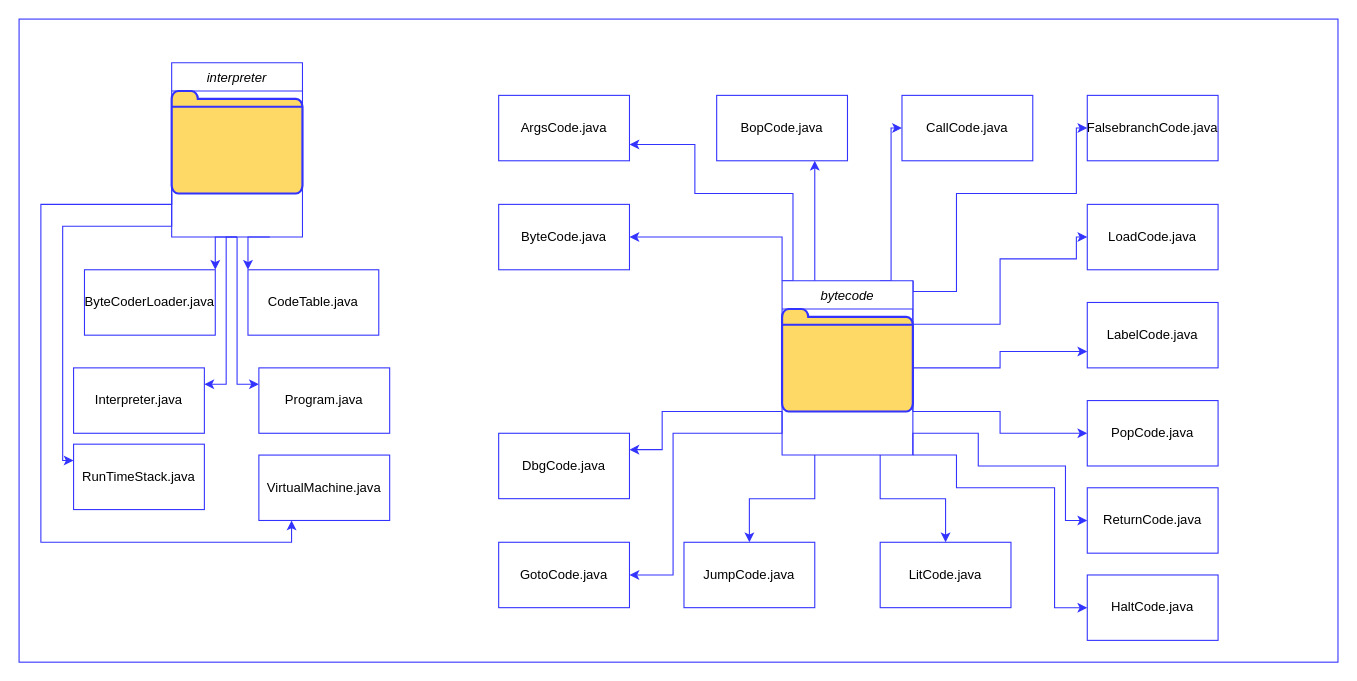
Earlier version of the draw.io diagram A4.drawio (Shanil12/CLASS-DIAGRAMS). Source tidied: cells renumbered, new cells numbered last; positions are measured from the earlier drawing's top-left corner, leaving out a move shared by most shapes. Both pictures are drawn from the tidied source at 109%, with x=0, y=0 at pixel (19, 19).
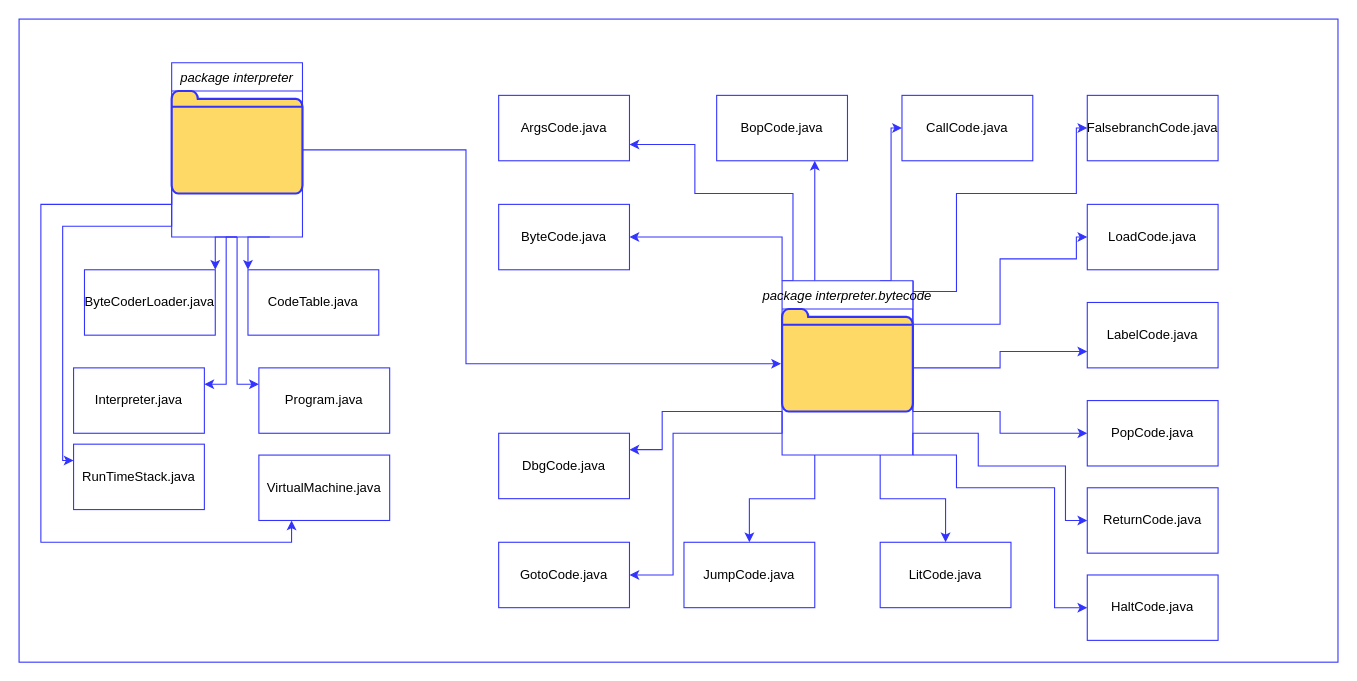
The same diagram, later.

Unchanged cells that the change refers to:
```xml
<mxCell id="32" style="html=1;verticalLabelPosition=bottom;align=center;labelBackgroundColor=#ffffff;verticalAlign=top;strokeWidth=2;strokeColor=#3333FF;shadow=0;dashed=0;shape=mxgraph.ios7.icons.folder;fillColor=#FFD966;" parent="31" vertex="1">
  <mxGeometry y="26" width="120" height="94" as="geometry" />
</mxCell>
```

What changed in the source:
```diff
@@
+    <mxCell id="47" style="edgeStyle=orthogonalEdgeStyle;rounded=0;jettySize=auto;html=1;exitX=1;exitY=0.25;exitDx=0;exitDy=0;entryX=-0.008;entryY=0.534;entryDx=0;entryDy=0;entryPerimeter=0;strokeColor=#3333FF;" parent="1" edge="1" source="9" target="32">
+      <mxGeometry relative="1" as="geometry">
+        <Array as="points">
+          <mxPoint x="260" y="120" />
+          <mxPoint x="410" y="120" />
+          <mxPoint x="410" y="316" />
+        </Array>
+      </mxGeometry>
+    </mxCell>
-    <mxCell id="9" value="interpreter" style="swimlane;fontStyle=2;align=center;verticalAlign=top;horizontal=1;startSize=26;rounded=0;shadow=0;strokeWidth=1;strokeColor=#3333FF;" parent="1" vertex="1">
+    <mxCell id="9" value="package interpreter" style="swimlane;fontStyle=2;align=center;verticalAlign=top;horizontal=1;startSize=26;rounded=0;shadow=0;strokeWidth=1;strokeColor=#3333FF;" parent="1" vertex="1">
       <mxGeometry x="140" y="40" width="120" height="160" as="geometry" />
     </mxCell>
@@
-    <mxCell id="31" value="bytecode" style="swimlane;fontStyle=2;align=center;verticalAlign=top;horizontal=1;startSize=26;rounded=0;shadow=0;strokeWidth=1;strokeColor=#3333FF;" parent="1" vertex="1">
+    <mxCell id="31" value="package interpreter.bytecode" style="swimlane;fontStyle=2;align=center;verticalAlign=top;horizontal=1;startSize=26;rounded=0;shadow=0;strokeWidth=1;strokeColor=#3333FF;" parent="1" vertex="1">
       <mxGeometry x="700" y="240" width="120" height="160" as="geometry" />
     </mxCell>
```
